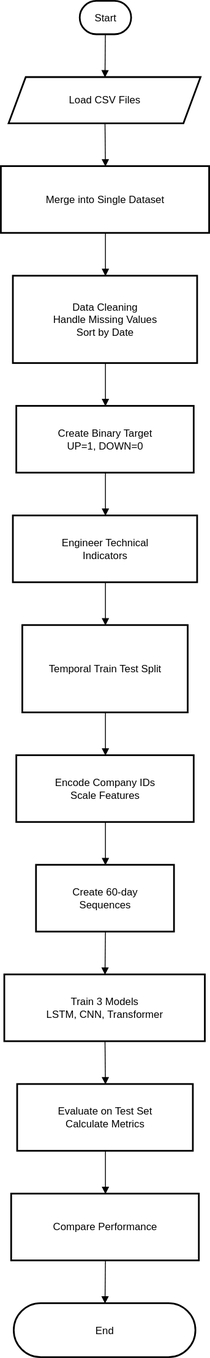
Before: diagrams/flowchart-Overal System.drawio.svg, a diagram exported from draw.io (AmiksKarki/Stock-Price-Prediction). Source tidied: cells renumbered, new cells last; positions are measured from the earlier drawing's top-left corner, leaving out a move shared by most shapes. The source it was exported from:
```xml
<mxGraphModel>
  <root>
    <mxCell id="0" />
    <mxCell id="1" parent="0" />
    <mxCell id="2" value="Start" style="rounded=1;whiteSpace=wrap;arcSize=50;strokeWidth=2;" parent="1" vertex="1">
      <mxGeometry x="92" width="60" height="39" as="geometry" />
    </mxCell>
    <mxCell id="3" value="Load CSV Files" style="shape=parallelogram;perimeter=parallelogramPerimeter;whiteSpace=wrap;html=1;fixedSize=1;strokeWidth=2;" parent="1" vertex="1">
      <mxGeometry x="9" y="89" width="224" height="54" as="geometry" />
    </mxCell>
    <mxCell id="4" value="Merge into Single Dataset" style="whiteSpace=wrap;strokeWidth=2;" parent="1" vertex="1">
      <mxGeometry y="193" width="243" height="78" as="geometry" />
    </mxCell>
    <mxCell id="5" value="Data Cleaning&#10;Handle Missing Values&#10;Sort by Date" style="whiteSpace=wrap;strokeWidth=2;" parent="1" vertex="1">
      <mxGeometry x="14" y="321" width="215" height="102" as="geometry" />
    </mxCell>
    <mxCell id="6" value="Create Binary Target&#10;UP=1, DOWN=0" style="whiteSpace=wrap;strokeWidth=2;" parent="1" vertex="1">
      <mxGeometry x="18" y="473" width="207" height="78" as="geometry" />
    </mxCell>
    <mxCell id="7" value="Engineer Technical&#10;Indicators" style="whiteSpace=wrap;strokeWidth=2;" parent="1" vertex="1">
      <mxGeometry x="14" y="601" width="215" height="78" as="geometry" />
    </mxCell>
    <mxCell id="8" value="Temporal Train Test Split" style="whiteSpace=wrap;strokeWidth=2;" parent="1" vertex="1">
      <mxGeometry x="25" y="729" width="193" height="102" as="geometry" />
    </mxCell>
    <mxCell id="9" value="Encode Company IDs&#10;Scale Features" style="whiteSpace=wrap;strokeWidth=2;" parent="1" vertex="1">
      <mxGeometry x="18" y="881" width="207" height="78" as="geometry" />
    </mxCell>
    <mxCell id="10" value="Create 60-day&#10;Sequences" style="whiteSpace=wrap;strokeWidth=2;" parent="1" vertex="1">
      <mxGeometry x="41" y="1009" width="161" height="78" as="geometry" />
    </mxCell>
    <mxCell id="11" value="Train 3 Models&#10;LSTM, CNN, Transformer" style="whiteSpace=wrap;strokeWidth=2;" parent="1" vertex="1">
      <mxGeometry x="4" y="1137" width="234" height="78" as="geometry" />
    </mxCell>
    <mxCell id="12" value="Evaluate on Test Set&#10;Calculate Metrics" style="whiteSpace=wrap;strokeWidth=2;" parent="1" vertex="1">
      <mxGeometry x="19" y="1265" width="205" height="78" as="geometry" />
    </mxCell>
    <mxCell id="13" value="Compare Performance" style="whiteSpace=wrap;strokeWidth=2;" parent="1" vertex="1">
      <mxGeometry x="12" y="1393" width="219" height="78" as="geometry" />
    </mxCell>
    <mxCell id="14" value="End" style="rounded=1;whiteSpace=wrap;arcSize=50;strokeWidth=2;" parent="1" vertex="1">
      <mxGeometry x="15" y="1521" width="212" height="63" as="geometry" />
    </mxCell>
    <mxCell id="15" style="curved=1;startArrow=none;endArrow=block;exitX=0.49;exitY=1;entryX=0.5;entryY=0;rounded=0;" parent="1" edge="1" source="2" target="3">
      <mxGeometry relative="1" as="geometry" />
    </mxCell>
    <mxCell id="16" style="curved=1;startArrow=none;endArrow=block;exitX=0.5;exitY=1;entryX=0.5;entryY=0;rounded=0;" parent="1" edge="1" source="3" target="4">
      <mxGeometry relative="1" as="geometry" />
    </mxCell>
    <mxCell id="17" style="curved=1;startArrow=none;endArrow=block;exitX=0.5;exitY=1;entryX=0.5;entryY=0;rounded=0;" parent="1" edge="1" source="4" target="5">
      <mxGeometry relative="1" as="geometry" />
    </mxCell>
    <mxCell id="18" style="curved=1;startArrow=none;endArrow=block;exitX=0.5;exitY=1;entryX=0.5;entryY=0;rounded=0;" parent="1" edge="1" source="5" target="6">
      <mxGeometry relative="1" as="geometry" />
    </mxCell>
    <mxCell id="19" style="curved=1;startArrow=none;endArrow=block;exitX=0.5;exitY=1;entryX=0.5;entryY=0;rounded=0;" parent="1" edge="1" source="6" target="7">
      <mxGeometry relative="1" as="geometry" />
    </mxCell>
    <mxCell id="20" style="curved=1;startArrow=none;endArrow=block;exitX=0.5;exitY=1;entryX=0.5;entryY=0;rounded=0;" parent="1" edge="1" source="7" target="8">
      <mxGeometry relative="1" as="geometry" />
    </mxCell>
    <mxCell id="21" style="curved=1;startArrow=none;endArrow=block;exitX=0.5;exitY=1;entryX=0.5;entryY=0;rounded=0;" parent="1" edge="1" source="8" target="9">
      <mxGeometry relative="1" as="geometry" />
    </mxCell>
    <mxCell id="22" style="curved=1;startArrow=none;endArrow=block;exitX=0.5;exitY=1;entryX=0.5;entryY=0;rounded=0;" parent="1" edge="1" source="9" target="10">
      <mxGeometry relative="1" as="geometry" />
    </mxCell>
    <mxCell id="23" style="curved=1;startArrow=none;endArrow=block;exitX=0.5;exitY=1;entryX=0.5;entryY=0;rounded=0;" parent="1" edge="1" source="10" target="11">
      <mxGeometry relative="1" as="geometry" />
    </mxCell>
    <mxCell id="24" style="curved=1;startArrow=none;endArrow=block;exitX=0.5;exitY=1;entryX=0.5;entryY=0;rounded=0;" parent="1" edge="1" source="11" target="12">
      <mxGeometry relative="1" as="geometry" />
    </mxCell>
    <mxCell id="25" style="curved=1;startArrow=none;endArrow=block;exitX=0.5;exitY=1;entryX=0.5;entryY=0;rounded=0;" parent="1" edge="1" source="12" target="13">
      <mxGeometry relative="1" as="geometry" />
    </mxCell>
    <mxCell id="26" style="curved=1;startArrow=none;endArrow=block;exitX=0.5;exitY=1;entryX=0.5;entryY=0;rounded=0;" parent="1" edge="1" source="13" target="14">
      <mxGeometry relative="1" as="geometry" />
    </mxCell>
  </root>
</mxGraphModel>
```
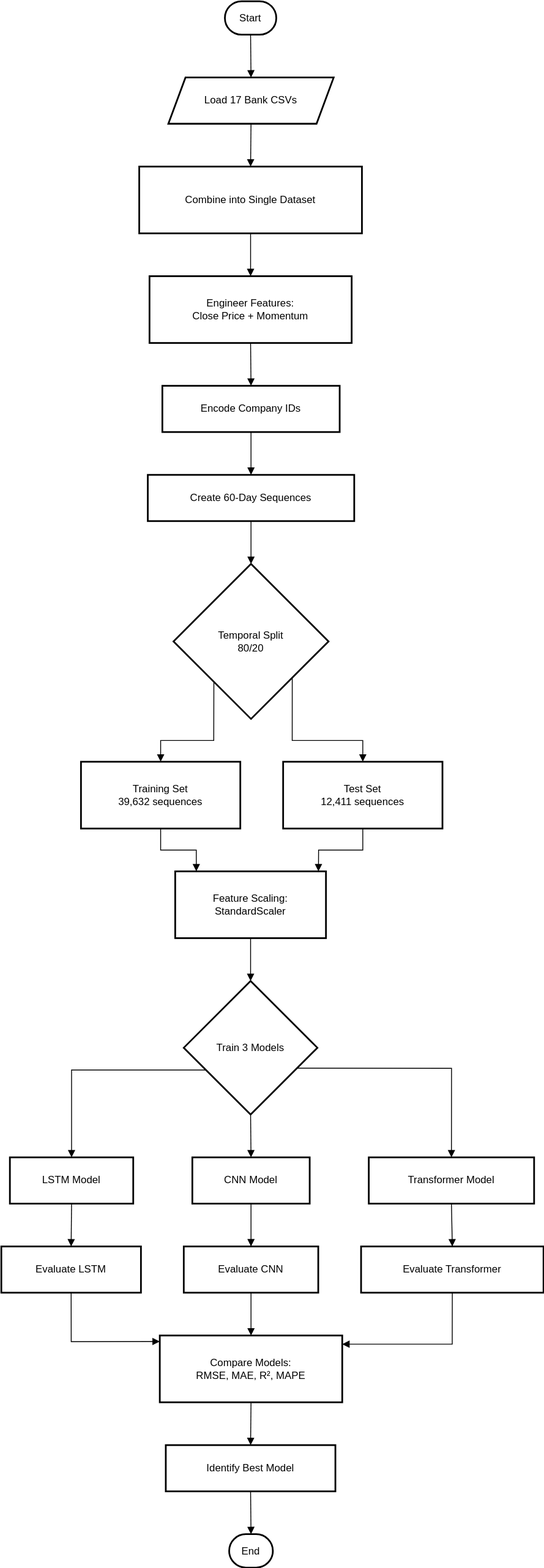
After the change.

Change to the diagram source:
```diff
@@ -3,79 +3,130 @@
     <mxCell id="0" />
     <mxCell id="1" parent="0" />
     <mxCell id="2" value="Start" style="rounded=1;whiteSpace=wrap;arcSize=50;strokeWidth=2;" parent="1" vertex="1">
-      <mxGeometry x="92" width="60" height="39" as="geometry" />
+      <mxGeometry x="497" y="1128" width="60" height="39" as="geometry" />
     </mxCell>
-    <mxCell id="3" value="Load CSV Files" style="shape=parallelogram;perimeter=parallelogramPerimeter;whiteSpace=wrap;html=1;fixedSize=1;strokeWidth=2;" parent="1" vertex="1">
-      <mxGeometry x="9" y="89" width="224" height="54" as="geometry" />
-    </mxCell>
-    <mxCell id="4" value="Merge into Single Dataset" style="whiteSpace=wrap;strokeWidth=2;" parent="1" vertex="1">
-      <mxGeometry y="193" width="243" height="78" as="geometry" />
-    </mxCell>
-    <mxCell id="5" value="Data Cleaning&#10;Handle Missing Values&#10;Sort by Date" style="whiteSpace=wrap;strokeWidth=2;" parent="1" vertex="1">
-      <mxGeometry x="14" y="321" width="215" height="102" as="geometry" />
-    </mxCell>
-    <mxCell id="6" value="Create Binary Target&#10;UP=1, DOWN=0" style="whiteSpace=wrap;strokeWidth=2;" parent="1" vertex="1">
-      <mxGeometry x="18" y="473" width="207" height="78" as="geometry" />
-    </mxCell>
-    <mxCell id="7" value="Engineer Technical&#10;Indicators" style="whiteSpace=wrap;strokeWidth=2;" parent="1" vertex="1">
-      <mxGeometry x="14" y="601" width="215" height="78" as="geometry" />
-    </mxCell>
-    <mxCell id="8" value="Temporal Train Test Split" style="whiteSpace=wrap;strokeWidth=2;" parent="1" vertex="1">
-      <mxGeometry x="25" y="729" width="193" height="102" as="geometry" />
-    </mxCell>
-    <mxCell id="9" value="Encode Company IDs&#10;Scale Features" style="whiteSpace=wrap;strokeWidth=2;" parent="1" vertex="1">
-      <mxGeometry x="18" y="881" width="207" height="78" as="geometry" />
-    </mxCell>
-    <mxCell id="10" value="Create 60-day&#10;Sequences" style="whiteSpace=wrap;strokeWidth=2;" parent="1" vertex="1">
-      <mxGeometry x="41" y="1009" width="161" height="78" as="geometry" />
-    </mxCell>
-    <mxCell id="11" value="Train 3 Models&#10;LSTM, CNN, Transformer" style="whiteSpace=wrap;strokeWidth=2;" parent="1" vertex="1">
-      <mxGeometry x="4" y="1137" width="234" height="78" as="geometry" />
-    </mxCell>
-    <mxCell id="12" value="Evaluate on Test Set&#10;Calculate Metrics" style="whiteSpace=wrap;strokeWidth=2;" parent="1" vertex="1">
-      <mxGeometry x="19" y="1265" width="205" height="78" as="geometry" />
-    </mxCell>
-    <mxCell id="13" value="Compare Performance" style="whiteSpace=wrap;strokeWidth=2;" parent="1" vertex="1">
-      <mxGeometry x="12" y="1393" width="219" height="78" as="geometry" />
-    </mxCell>
+    <mxCell id="27" value="Load 17 Bank CSVs" style="shape=parallelogram;perimeter=parallelogramPerimeter;whiteSpace=wrap;html=1;fixedSize=1;strokeWidth=2;" parent="1" vertex="1">
+      <mxGeometry x="431" y="1217" width="193" height="54" as="geometry" />
+    </mxCell>
+    <mxCell id="28" value="Combine into Single Dataset" style="whiteSpace=wrap;strokeWidth=2;" parent="1" vertex="1">
+      <mxGeometry x="397" y="1321" width="260" height="78" as="geometry" />
+    </mxCell>
+    <mxCell id="29" value="Engineer Features:&#10;Close Price + Momentum" style="whiteSpace=wrap;strokeWidth=2;" parent="1" vertex="1">
+      <mxGeometry x="409" y="1449" width="236" height="78" as="geometry" />
+    </mxCell>
+    <mxCell id="30" value="Encode Company IDs" style="whiteSpace=wrap;strokeWidth=2;" parent="1" vertex="1">
+      <mxGeometry x="424" y="1577" width="207" height="54" as="geometry" />
+    </mxCell>
+    <mxCell id="31" value="Create 60-Day Sequences" style="whiteSpace=wrap;strokeWidth=2;" parent="1" vertex="1">
+      <mxGeometry x="407" y="1681" width="241" height="54" as="geometry" />
+    </mxCell>
+    <mxCell id="32" value="Temporal Split&#10;80/20" style="rhombus;strokeWidth=2;whiteSpace=wrap;" parent="1" vertex="1">
+      <mxGeometry x="437" y="1785" width="181" height="181" as="geometry" />
+    </mxCell>
+    <mxCell id="33" value="Training Set&#10;39,632 sequences" style="whiteSpace=wrap;strokeWidth=2;" parent="1" vertex="1">
+      <mxGeometry x="329" y="2016" width="186" height="78" as="geometry" />
+    </mxCell>
+    <mxCell id="34" value="Test Set&#10;12,411 sequences" style="whiteSpace=wrap;strokeWidth=2;" parent="1" vertex="1">
+      <mxGeometry x="565" y="2016" width="186" height="78" as="geometry" />
+    </mxCell>
+    <mxCell id="35" value="Feature Scaling:&#10;StandardScaler" style="whiteSpace=wrap;strokeWidth=2;" parent="1" vertex="1">
+      <mxGeometry x="439" y="2144" width="176" height="78" as="geometry" />
+    </mxCell>
+    <mxCell id="36" value="Train 3 Models" style="rhombus;strokeWidth=2;whiteSpace=wrap;" parent="1" vertex="1">
+      <mxGeometry x="449" y="2272" width="156" height="156" as="geometry" />
+    </mxCell>
+    <mxCell id="37" value="LSTM Model" style="whiteSpace=wrap;strokeWidth=2;" parent="1" vertex="1">
+      <mxGeometry x="246" y="2478" width="144" height="54" as="geometry" />
+    </mxCell>
+    <mxCell id="38" value="CNN Model" style="whiteSpace=wrap;strokeWidth=2;" parent="1" vertex="1">
+      <mxGeometry x="459" y="2478" width="137" height="54" as="geometry" />
+    </mxCell>
+    <mxCell id="39" value="Transformer Model" style="whiteSpace=wrap;strokeWidth=2;" parent="1" vertex="1">
+      <mxGeometry x="665" y="2478" width="193" height="54" as="geometry" />
+    </mxCell>
+    <mxCell id="40" value="Evaluate LSTM" style="whiteSpace=wrap;strokeWidth=2;" parent="1" vertex="1">
+      <mxGeometry x="236" y="2582" width="163" height="54" as="geometry" />
+    </mxCell>
+    <mxCell id="41" value="Evaluate CNN" style="whiteSpace=wrap;strokeWidth=2;" parent="1" vertex="1">
+      <mxGeometry x="449" y="2582" width="157" height="54" as="geometry" />
+    </mxCell>
+    <mxCell id="42" value="Evaluate Transformer" style="whiteSpace=wrap;strokeWidth=2;" parent="1" vertex="1">
+      <mxGeometry x="656" y="2582" width="213" height="54" as="geometry" />
+    </mxCell>
+    <mxCell id="43" value="Compare Models:&#10;RMSE, MAE, R², MAPE" style="whiteSpace=wrap;strokeWidth=2;" parent="1" vertex="1">
+      <mxGeometry x="421" y="2686" width="213" height="78" as="geometry" />
+    </mxCell>
+    <mxCell id="44" value="Identify Best Model" style="whiteSpace=wrap;strokeWidth=2;" parent="1" vertex="1">
+      <mxGeometry x="428" y="2814" width="198" height="54" as="geometry" />
+    </mxCell>
     <mxCell id="14" value="End" style="rounded=1;whiteSpace=wrap;arcSize=50;strokeWidth=2;" parent="1" vertex="1">
-      <mxGeometry x="15" y="1521" width="212" height="63" as="geometry" />
+      <mxGeometry x="502" y="2918" width="51" height="39" as="geometry" />
     </mxCell>
-    <mxCell id="15" style="curved=1;startArrow=none;endArrow=block;exitX=0.49;exitY=1;entryX=0.5;entryY=0;rounded=0;" parent="1" edge="1" source="2" target="3">
-      <mxGeometry relative="1" as="geometry" />
-    </mxCell>
-    <mxCell id="16" style="curved=1;startArrow=none;endArrow=block;exitX=0.5;exitY=1;entryX=0.5;entryY=0;rounded=0;" parent="1" edge="1" source="3" target="4">
-      <mxGeometry relative="1" as="geometry" />
-    </mxCell>
-    <mxCell id="17" style="curved=1;startArrow=none;endArrow=block;exitX=0.5;exitY=1;entryX=0.5;entryY=0;rounded=0;" parent="1" edge="1" source="4" target="5">
-      <mxGeometry relative="1" as="geometry" />
-    </mxCell>
-    <mxCell id="18" style="curved=1;startArrow=none;endArrow=block;exitX=0.5;exitY=1;entryX=0.5;entryY=0;rounded=0;" parent="1" edge="1" source="5" target="6">
-      <mxGeometry relative="1" as="geometry" />
-    </mxCell>
-    <mxCell id="19" style="curved=1;startArrow=none;endArrow=block;exitX=0.5;exitY=1;entryX=0.5;entryY=0;rounded=0;" parent="1" edge="1" source="6" target="7">
-      <mxGeometry relative="1" as="geometry" />
-    </mxCell>
-    <mxCell id="20" style="curved=1;startArrow=none;endArrow=block;exitX=0.5;exitY=1;entryX=0.5;entryY=0;rounded=0;" parent="1" edge="1" source="7" target="8">
-      <mxGeometry relative="1" as="geometry" />
-    </mxCell>
-    <mxCell id="21" style="curved=1;startArrow=none;endArrow=block;exitX=0.5;exitY=1;entryX=0.5;entryY=0;rounded=0;" parent="1" edge="1" source="8" target="9">
-      <mxGeometry relative="1" as="geometry" />
-    </mxCell>
-    <mxCell id="22" style="curved=1;startArrow=none;endArrow=block;exitX=0.5;exitY=1;entryX=0.5;entryY=0;rounded=0;" parent="1" edge="1" source="9" target="10">
-      <mxGeometry relative="1" as="geometry" />
-    </mxCell>
-    <mxCell id="23" style="curved=1;startArrow=none;endArrow=block;exitX=0.5;exitY=1;entryX=0.5;entryY=0;rounded=0;" parent="1" edge="1" source="10" target="11">
-      <mxGeometry relative="1" as="geometry" />
-    </mxCell>
-    <mxCell id="24" style="curved=1;startArrow=none;endArrow=block;exitX=0.5;exitY=1;entryX=0.5;entryY=0;rounded=0;" parent="1" edge="1" source="11" target="12">
-      <mxGeometry relative="1" as="geometry" />
-    </mxCell>
-    <mxCell id="25" style="curved=1;startArrow=none;endArrow=block;exitX=0.5;exitY=1;entryX=0.5;entryY=0;rounded=0;" parent="1" edge="1" source="12" target="13">
-      <mxGeometry relative="1" as="geometry" />
-    </mxCell>
-    <mxCell id="26" style="curved=1;startArrow=none;endArrow=block;exitX=0.5;exitY=1;entryX=0.5;entryY=0;rounded=0;" parent="1" edge="1" source="13" target="14">
-      <mxGeometry relative="1" as="geometry" />
-    </mxCell>
+    <mxCell id="45" style="curved=1;startArrow=none;endArrow=block;exitX=0.5;exitY=1;entryX=0.5;entryY=0;rounded=0;" parent="1" edge="1" source="2" target="27">
+      <mxGeometry relative="1" as="geometry" />
+    </mxCell>
+    <mxCell id="46" style="curved=1;startArrow=none;endArrow=block;exitX=0.5;exitY=1;entryX=0.5;entryY=0;rounded=0;" parent="1" edge="1" source="27" target="28">
+      <mxGeometry relative="1" as="geometry" />
+    </mxCell>
+    <mxCell id="47" style="curved=1;startArrow=none;endArrow=block;exitX=0.5;exitY=1;entryX=0.5;entryY=0;rounded=0;" parent="1" edge="1" source="28" target="29">
+      <mxGeometry relative="1" as="geometry" />
+    </mxCell>
+    <mxCell id="48" style="curved=1;startArrow=none;endArrow=block;exitX=0.5;exitY=1;entryX=0.5;entryY=0;rounded=0;" parent="1" edge="1" source="29" target="30">
+      <mxGeometry relative="1" as="geometry" />
+    </mxCell>
+    <mxCell id="49" style="curved=1;startArrow=none;endArrow=block;exitX=0.5;exitY=1;entryX=0.5;entryY=0;rounded=0;" parent="1" edge="1" source="30" target="31">
+      <mxGeometry relative="1" as="geometry" />
+    </mxCell>
+    <mxCell id="50" style="curved=1;startArrow=none;endArrow=block;exitX=0.5;exitY=1;entryX=0.5;entryY=0;rounded=0;" parent="1" edge="1" source="31" target="32">
+      <mxGeometry relative="1" as="geometry" />
+    </mxCell>
+    <mxCell id="51" style="startArrow=none;endArrow=block;exitX=0.04;exitY=1;entryX=0.5;entryY=0;rounded=0;edgeStyle=orthogonalEdgeStyle;" parent="1" edge="1" source="32" target="33">
+      <mxGeometry relative="1" as="geometry" />
+    </mxCell>
+    <mxCell id="52" style="startArrow=none;endArrow=block;exitX=1;exitY=0.94;entryX=0.5;entryY=0;rounded=0;edgeStyle=orthogonalEdgeStyle;" parent="1" edge="1" source="32" target="34">
+      <mxGeometry relative="1" as="geometry" />
+    </mxCell>
+    <mxCell id="53" style="startArrow=none;endArrow=block;exitX=0.5;exitY=1;entryX=0.14;entryY=0;rounded=0;edgeStyle=orthogonalEdgeStyle;" parent="1" edge="1" source="33" target="35">
+      <mxGeometry relative="1" as="geometry" />
+    </mxCell>
+    <mxCell id="54" style="startArrow=none;endArrow=block;exitX=0.5;exitY=1;entryX=0.95;entryY=0;rounded=0;edgeStyle=orthogonalEdgeStyle;" parent="1" edge="1" source="34" target="35">
+      <mxGeometry relative="1" as="geometry" />
+    </mxCell>
+    <mxCell id="55" style="curved=1;startArrow=none;endArrow=block;exitX=0.5;exitY=1;entryX=0.5;entryY=0;rounded=0;" parent="1" edge="1" source="35" target="36">
+      <mxGeometry relative="1" as="geometry" />
+    </mxCell>
+    <mxCell id="56" style="startArrow=none;endArrow=block;exitX=0;exitY=0.75;entryX=0.5;entryY=0.01;rounded=0;edgeStyle=orthogonalEdgeStyle;" parent="1" edge="1" source="36" target="37">
+      <mxGeometry relative="1" as="geometry" />
+    </mxCell>
+    <mxCell id="57" style="curved=1;startArrow=none;endArrow=block;exitX=0.5;exitY=1;entryX=0.5;entryY=0.01;rounded=0;" parent="1" edge="1" source="36" target="38">
+      <mxGeometry relative="1" as="geometry" />
+    </mxCell>
+    <mxCell id="58" style="startArrow=none;endArrow=block;exitX=1;exitY=0.72;entryX=0.5;entryY=0.01;rounded=0;edgeStyle=orthogonalEdgeStyle;" parent="1" edge="1" source="36" target="39">
+      <mxGeometry relative="1" as="geometry" />
+    </mxCell>
+    <mxCell id="59" style="curved=1;startArrow=none;endArrow=block;exitX=0.5;exitY=1.01;entryX=0.5;entryY=0.01;rounded=0;" parent="1" edge="1" source="37" target="40">
+      <mxGeometry relative="1" as="geometry" />
+    </mxCell>
+    <mxCell id="60" style="curved=1;startArrow=none;endArrow=block;exitX=0.5;exitY=1.01;entryX=0.5;entryY=0.01;rounded=0;" parent="1" edge="1" source="38" target="41">
+      <mxGeometry relative="1" as="geometry" />
+    </mxCell>
+    <mxCell id="61" style="curved=1;startArrow=none;endArrow=block;exitX=0.5;exitY=1.01;entryX=0.5;entryY=0.01;rounded=0;" parent="1" edge="1" source="39" target="42">
+      <mxGeometry relative="1" as="geometry" />
+    </mxCell>
+    <mxCell id="62" style="startArrow=none;endArrow=block;exitX=0.5;exitY=1.01;entryX=0;entryY=0.09;rounded=0;edgeStyle=orthogonalEdgeStyle;" parent="1" edge="1" source="40" target="43">
+      <mxGeometry relative="1" as="geometry" />
+    </mxCell>
+    <mxCell id="63" style="curved=1;startArrow=none;endArrow=block;exitX=0.5;exitY=1.01;entryX=0.5;entryY=0.01;rounded=0;" parent="1" edge="1" source="41" target="43">
+      <mxGeometry relative="1" as="geometry" />
+    </mxCell>
+    <mxCell id="64" style="startArrow=none;endArrow=block;exitX=0.5;exitY=1.01;entryX=1;entryY=0.13;rounded=0;edgeStyle=orthogonalEdgeStyle;" parent="1" edge="1" source="42" target="43">
+      <mxGeometry relative="1" as="geometry" />
+    </mxCell>
+    <mxCell id="65" style="curved=1;startArrow=none;endArrow=block;exitX=0.5;exitY=1.01;entryX=0.5;entryY=0.01;rounded=0;" parent="1" edge="1" source="43" target="44">
+      <mxGeometry relative="1" as="geometry" />
+    </mxCell>
+    <mxCell id="66" style="curved=1;startArrow=none;endArrow=block;exitX=0.5;exitY=1.01;entryX=0.5;entryY=0.01;rounded=0;" parent="1" edge="1" source="44" target="14">
+      <mxGeometry relative="1" as="geometry" />
+    </mxCell>
   </root>
 </mxGraphModel>
```
